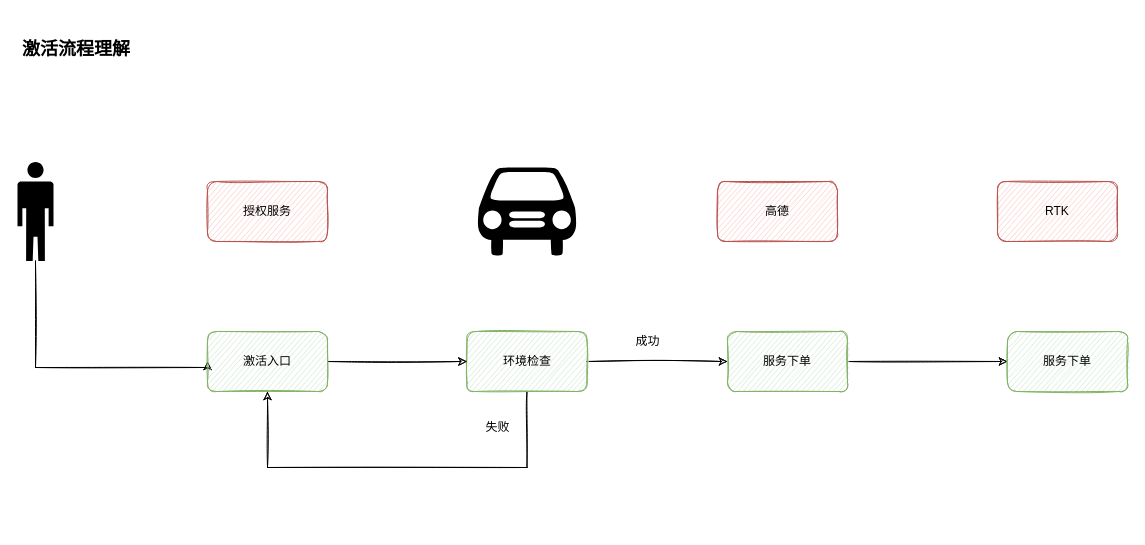
Earlier version of the draw.io diagram 激活流程.drawio (chengchp/config). Source tidied: cells renumbered, new cells numbered last; positions are measured from the earlier drawing's top-left corner, leaving out a move shared by most shapes. Both pictures are drawn from the tidied source at 100%, with x=0, y=0 at pixel (17, 27).
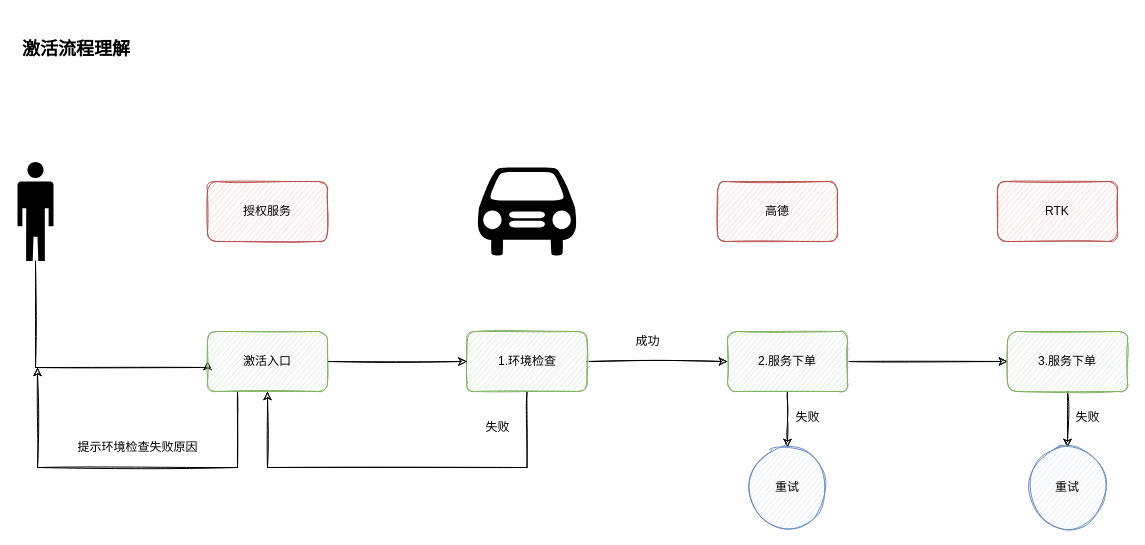
After the change.

Commit message (it also covers changes not shown here):
更新激活流程.drawio

Unchanged cells that the change refers to:
```xml
<mxCell id="17" value="激活入口" style="rounded=1;whiteSpace=wrap;html=1;shadow=0;sketch=1;fillColor=#d5e8d4;strokeColor=#82b366;" parent="1" vertex="1">
  <mxGeometry x="190" y="304" width="120" height="60" as="geometry" />
</mxCell>
```

Diff of the diagram source:
```diff
@@
-    <mxCell id="9" value="环境检查" style="rounded=1;whiteSpace=wrap;html=1;shadow=0;sketch=1;fillColor=#d5e8d4;strokeColor=#82b366;" parent="1" vertex="1">
+    <mxCell id="9" value="1.环境检查" style="rounded=1;whiteSpace=wrap;html=1;shadow=0;sketch=1;fillColor=#d5e8d4;strokeColor=#82b366;" parent="1" vertex="1">
       <mxGeometry x="449.5" y="304" width="120" height="60" as="geometry" />
     </mxCell>
@@
+    <mxCell id="19" style="edgeStyle=orthogonalEdgeStyle;rounded=0;sketch=1;jettySize=auto;html=1;exitX=0.5;exitY=1;exitDx=0;exitDy=0;" parent="1" edge="1" source="11">
+      <mxGeometry relative="1" as="geometry">
+        <mxPoint x="770" y="420" as="targetPoint" />
+      </mxGeometry>
+    </mxCell>
-    <mxCell id="11" value="服务下单" style="rounded=1;whiteSpace=wrap;html=1;shadow=0;sketch=1;fillColor=#d5e8d4;strokeColor=#82b366;" parent="1" vertex="1">
+    <mxCell id="11" value="2.服务下单" style="rounded=1;whiteSpace=wrap;html=1;shadow=0;sketch=1;fillColor=#d5e8d4;strokeColor=#82b366;" parent="1" vertex="1">
       <mxGeometry x="710" y="304" width="120" height="60" as="geometry" />
     </mxCell>
+    <mxCell id="20" style="edgeStyle=orthogonalEdgeStyle;rounded=0;sketch=1;jettySize=auto;html=1;exitX=0.5;exitY=1;exitDx=0;exitDy=0;" parent="1" edge="1" source="12" target="24">
+      <mxGeometry relative="1" as="geometry" />
+    </mxCell>
-    <mxCell id="12" value="服务下单" style="rounded=1;whiteSpace=wrap;html=1;shadow=0;sketch=1;fillColor=#d5e8d4;strokeColor=#82b366;" parent="1" vertex="1">
+    <mxCell id="12" value="3.服务下单" style="rounded=1;whiteSpace=wrap;html=1;shadow=0;sketch=1;fillColor=#d5e8d4;strokeColor=#82b366;" parent="1" vertex="1">
       <mxGeometry x="990" y="304" width="120" height="60" as="geometry" />
     </mxCell>
@@
+    <mxCell id="21" style="edgeStyle=orthogonalEdgeStyle;rounded=0;sketch=1;jettySize=auto;html=1;exitX=0.25;exitY=1;exitDx=0;exitDy=0;" parent="1" edge="1" source="17">
+      <mxGeometry relative="1" as="geometry">
+        <mxPoint x="20" y="340" as="targetPoint" />
+        <Array as="points">
+          <mxPoint x="220" y="440" />
+          <mxPoint x="20" y="440" />
+        </Array>
+      </mxGeometry>
+    </mxCell>
@@
+    <mxCell id="22" value="失败" style="text;html=1;align=center;verticalAlign=middle;" parent="1" vertex="1">
+      <mxGeometry x="770" y="380" width="40" height="20" as="geometry" />
+    </mxCell>
+    <mxCell id="23" value="重试" style="ellipse;whiteSpace=wrap;html=1;shadow=0;sketch=1;fillColor=#dae8fc;strokeColor=#6c8ebf;" parent="1" vertex="1">
+      <mxGeometry x="730" y="420" width="80" height="80" as="geometry" />
+    </mxCell>
+    <mxCell id="24" value="重试" style="ellipse;whiteSpace=wrap;html=1;shadow=0;sketch=1;fillColor=#dae8fc;strokeColor=#6c8ebf;" parent="1" vertex="1">
+      <mxGeometry x="1010" y="420" width="80" height="80" as="geometry" />
+    </mxCell>
+    <mxCell id="25" value="失败" style="text;html=1;align=center;verticalAlign=middle;" parent="1" vertex="1">
+      <mxGeometry x="1050" y="380" width="40" height="20" as="geometry" />
+    </mxCell>
+    <mxCell id="26" value="提示环境检查失败原因&lt;br&gt;" style="text;html=1;align=center;verticalAlign=middle;" parent="1" vertex="1">
+      <mxGeometry x="50" y="410" width="140" height="20" as="geometry" />
+    </mxCell>
```
